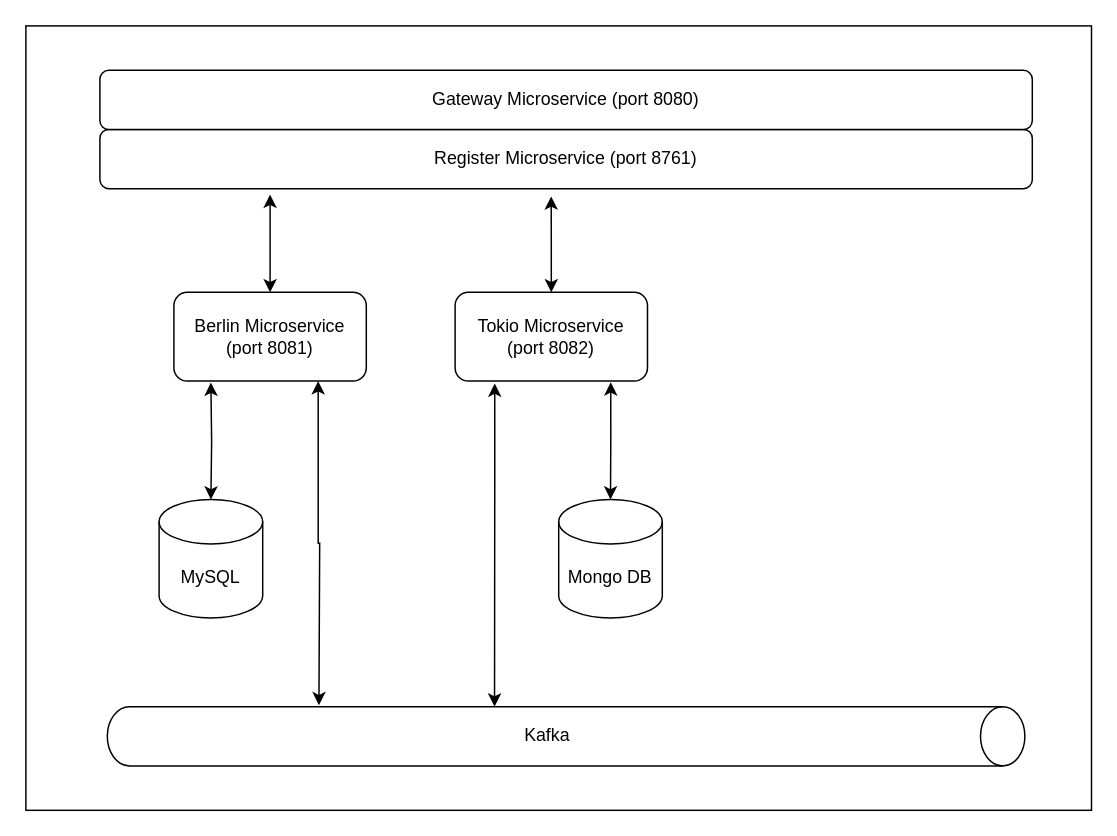
belluccifranco/spring-concepts-microservices keeps this draw.io diagram as Spring-Concepts.drawio. Above is the earlier version. Source tidied: cells renumbered, new cells numbered last; positions are measured from the earlier drawing's top-left corner, leaving out a move shared by most shapes. Both pictures are drawn from the tidied source at 148%, with x=0, y=0 at pixel (25, 25).
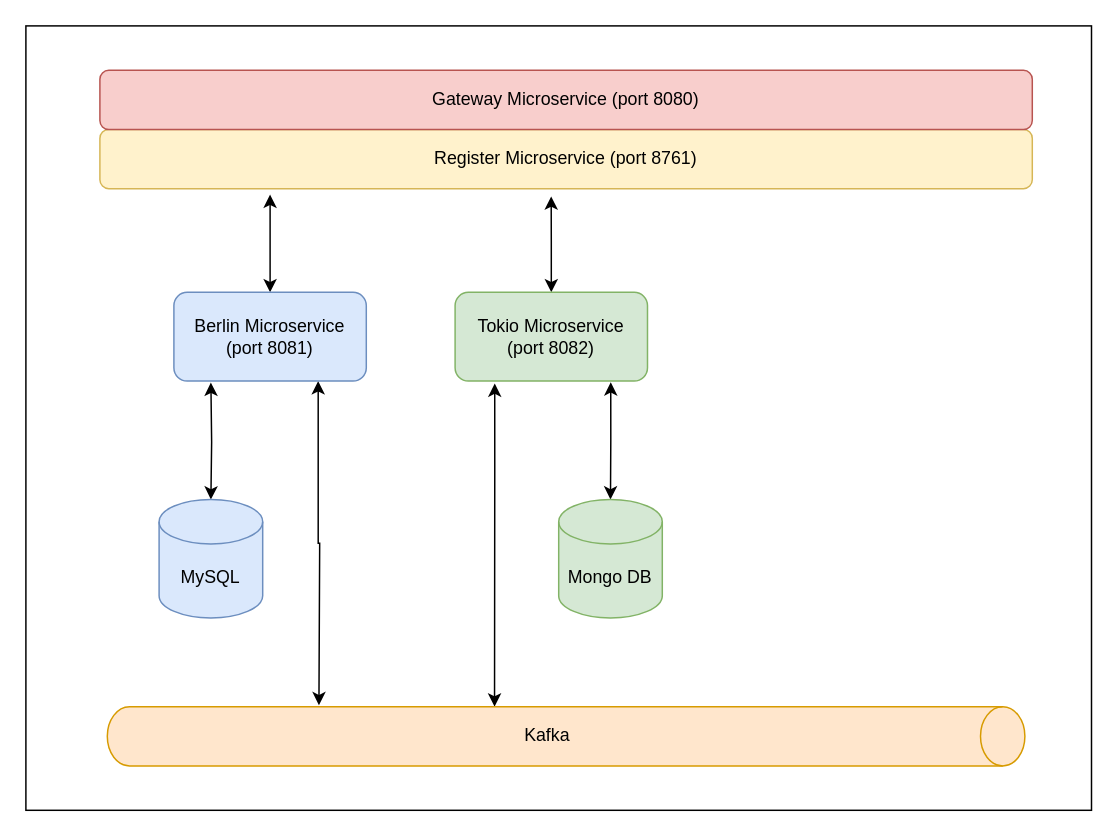
The same diagram, later.

The edit, as a diff of the source:
```diff
@@
 <mxGraphModel>
   <root>
     <mxCell id="0" />
     <mxCell id="1" parent="0" />
     <mxCell id="2" style="rounded=0;whiteSpace=wrap;html=1;" parent="1" vertex="1">
       <mxGeometry width="720" height="530" as="geometry" />
     </mxCell>
     <mxCell id="3" style="edgeStyle=orthogonalEdgeStyle;rounded=0;jettySize=auto;html=1;startArrow=classic;startFill=1;" parent="1" edge="1" target="14">
       <mxGeometry relative="1" as="geometry">
         <mxPoint x="125" y="241" as="sourcePoint" />
       </mxGeometry>
     </mxCell>
     <mxCell id="4" style="edgeStyle=orthogonalEdgeStyle;rounded=0;jettySize=auto;html=1;startArrow=classic;startFill=1;exitX=0.75;exitY=1;exitDx=0;exitDy=0;" parent="1" edge="1" source="6">
       <mxGeometry relative="1" as="geometry">
         <mxPoint x="198" y="459" as="targetPoint" />
       </mxGeometry>
     </mxCell>
     <mxCell id="5" style="edgeStyle=orthogonalEdgeStyle;rounded=0;jettySize=auto;html=1;startArrow=classic;startFill=1;" parent="1" edge="1" source="6">
       <mxGeometry relative="1" as="geometry">
         <mxPoint x="165" y="114" as="targetPoint" />
       </mxGeometry>
     </mxCell>
-    <mxCell id="6" value="Berlin Microservice&lt;br&gt;(port 8081)" style="rounded=1;whiteSpace=wrap;html=1;" parent="1" vertex="1">
+    <mxCell id="6" value="Berlin Microservice&lt;br&gt;(port 8081)" style="rounded=1;whiteSpace=wrap;html=1;fillColor=#dae8fc;strokeColor=#6c8ebf;" parent="1" vertex="1">
       <mxGeometry x="100" y="180" width="130" height="60" as="geometry" />
     </mxCell>
     <mxCell id="7" style="edgeStyle=orthogonalEdgeStyle;rounded=0;jettySize=auto;html=1;entryX=0.484;entryY=1.13;entryDx=0;entryDy=0;entryPerimeter=0;startArrow=classic;startFill=1;" parent="1" edge="1" source="10" target="11">
       <mxGeometry relative="1" as="geometry" />
     </mxCell>
     <mxCell id="8" style="edgeStyle=orthogonalEdgeStyle;rounded=0;jettySize=auto;html=1;exitX=0.206;exitY=1.027;exitDx=0;exitDy=0;exitPerimeter=0;entryX=0;entryY=0.578;entryDx=0;entryDy=0;entryPerimeter=0;startArrow=classic;startFill=1;" parent="1" edge="1" source="10" target="13">
       <mxGeometry relative="1" as="geometry">
         <Array as="points">
           <mxPoint x="317" y="300" />
           <mxPoint x="317" y="300" />
         </Array>
       </mxGeometry>
     </mxCell>
     <mxCell id="9" style="edgeStyle=orthogonalEdgeStyle;rounded=0;jettySize=auto;html=1;entryX=0.5;entryY=0;entryDx=0;entryDy=0;entryPerimeter=0;exitX=0.809;exitY=1.013;exitDx=0;exitDy=0;exitPerimeter=0;startArrow=classic;startFill=1;" parent="1" edge="1" source="10" target="12">
       <mxGeometry relative="1" as="geometry" />
     </mxCell>
-    <mxCell id="10" value="Tokio Microservice&lt;br&gt;(port 8082)" style="rounded=1;whiteSpace=wrap;html=1;" parent="1" vertex="1">
+    <mxCell id="10" value="Tokio Microservice&lt;br&gt;(port 8082)" style="rounded=1;whiteSpace=wrap;html=1;fillColor=#d5e8d4;strokeColor=#82b366;" parent="1" vertex="1">
       <mxGeometry x="290" y="180" width="130" height="60" as="geometry" />
     </mxCell>
-    <mxCell id="11" value="Register Microservice (port 8761)" style="rounded=1;whiteSpace=wrap;html=1;" parent="1" vertex="1">
+    <mxCell id="11" value="Register Microservice (port 8761)" style="rounded=1;whiteSpace=wrap;html=1;fillColor=#fff2cc;strokeColor=#d6b656;" parent="1" vertex="1">
       <mxGeometry x="50" y="70" width="630" height="40" as="geometry" />
     </mxCell>
-    <mxCell id="12" value="Mongo DB" style="shape=cylinder3;whiteSpace=wrap;html=1;boundedLbl=1;backgroundOutline=1;size=15;" parent="1" vertex="1">
+    <mxCell id="12" value="Mongo DB" style="shape=cylinder3;whiteSpace=wrap;html=1;boundedLbl=1;backgroundOutline=1;size=15;fillColor=#d5e8d4;strokeColor=#82b366;" parent="1" vertex="1">
       <mxGeometry x="360" y="320" width="70" height="80" as="geometry" />
     </mxCell>
-    <mxCell id="13" value="Kafka" style="shape=cylinder3;whiteSpace=wrap;html=1;boundedLbl=1;backgroundOutline=1;size=15;rotation=90;labelPosition=center;verticalLabelPosition=middle;align=center;verticalAlign=middle;horizontal=0;" parent="1" vertex="1">
+    <mxCell id="13" value="Kafka" style="shape=cylinder3;whiteSpace=wrap;html=1;boundedLbl=1;backgroundOutline=1;size=15;rotation=90;labelPosition=center;verticalLabelPosition=middle;align=center;verticalAlign=middle;horizontal=0;fillColor=#ffe6cc;strokeColor=#d79b00;" parent="1" vertex="1">
       <mxGeometry x="345" y="170" width="40" height="620" as="geometry" />
     </mxCell>
-    <mxCell id="14" value="MySQL" style="shape=cylinder3;whiteSpace=wrap;html=1;boundedLbl=1;backgroundOutline=1;size=15;" parent="1" vertex="1">
+    <mxCell id="14" value="MySQL" style="shape=cylinder3;whiteSpace=wrap;html=1;boundedLbl=1;backgroundOutline=1;size=15;fillColor=#dae8fc;strokeColor=#6c8ebf;" parent="1" vertex="1">
       <mxGeometry x="90" y="320" width="70" height="80" as="geometry" />
     </mxCell>
-    <mxCell id="15" value="Gateway Microservice (port 8080)" style="rounded=1;whiteSpace=wrap;html=1;" parent="1" vertex="1">
+    <mxCell id="15" value="Gateway Microservice (port 8080)" style="rounded=1;whiteSpace=wrap;html=1;fillColor=#f8cecc;strokeColor=#b85450;" parent="1" vertex="1">
       <mxGeometry x="50" y="30" width="630" height="40" as="geometry" />
     </mxCell>
   </root>
 </mxGraphModel>
```
